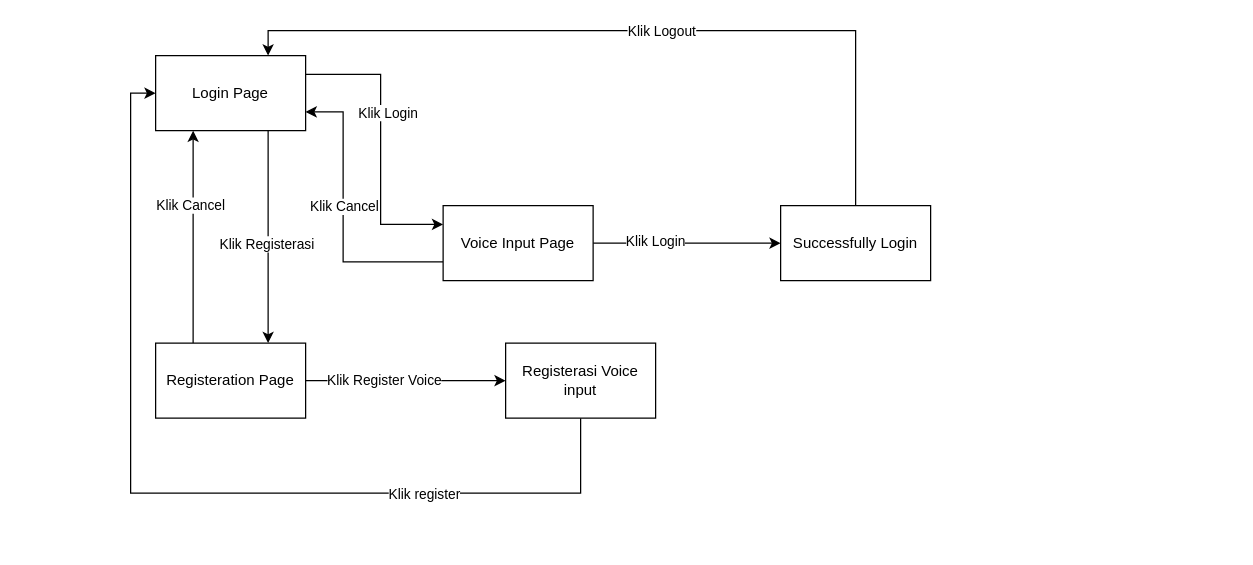
Above: STD.drawio in karageee/Login-system-and-gmm-voice-auth (draw.io), before the change. Source tidied: cells renumbered, new cells numbered last; positions are measured from the earlier drawing's top-left corner, leaving out a move shared by most shapes. Both pictures are drawn from the tidied source at 125%, with x=0, y=0 at pixel (130, 30).
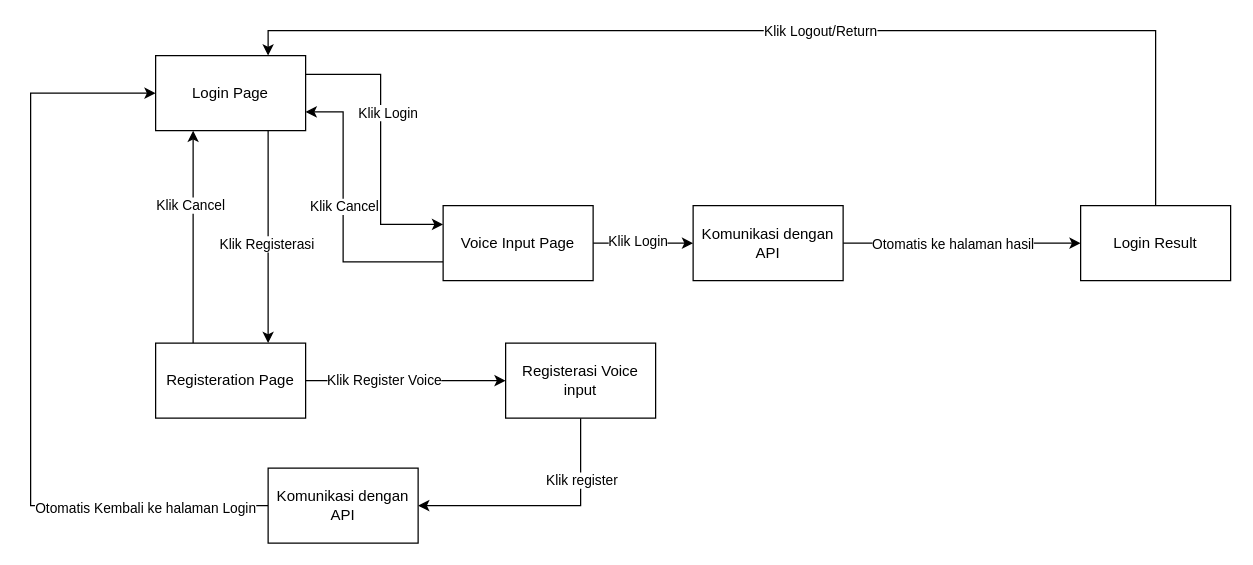
The same page after the edit.

The change refers to these unchanged cells:
```xml
<mxCell id="6" value="Login Page" style="rounded=0;whiteSpace=wrap;html=1;" parent="1" vertex="1">
  <mxGeometry x="20" y="20" width="120" height="60" as="geometry" />
</mxCell>
<mxCell id="16" value="Voice Input Page" style="rounded=0;whiteSpace=wrap;html=1;" parent="1" vertex="1">
  <mxGeometry x="250" y="140" width="120" height="60" as="geometry" />
</mxCell>
<mxCell id="22" value="Registerasi Voice input" style="rounded=0;whiteSpace=wrap;html=1;" parent="1" vertex="1">
  <mxGeometry x="300" y="250" width="120" height="60" as="geometry" />
</mxCell>
```

The edit, as a diff of the source:
```diff
@@
-    <mxCell id="12" style="edgeStyle=orthogonalEdgeStyle;rounded=0;jettySize=auto;html=1;entryX=0;entryY=0.5;entryDx=0;entryDy=0;" parent="1" edge="1" source="16" target="19">
+    <mxCell id="12" style="edgeStyle=orthogonalEdgeStyle;rounded=0;jettySize=auto;html=1;entryX=0;entryY=0.5;entryDx=0;entryDy=0;" parent="1" edge="1" source="16" target="28">
       <mxGeometry relative="1" as="geometry" />
     </mxCell>
     <mxCell id="13" value="Klik Login" style="edgeLabel;html=1;align=center;verticalAlign=middle;" parent="12" vertex="1">
-      <mxGeometry x="-0.35" y="2" relative="1" as="geometry" />
+      <mxGeometry x="-0.35" y="2" relative="1" as="geometry">
+        <mxPoint x="9" as="offset" />
+      </mxGeometry>
     </mxCell>
@@
-    <mxCell id="17" style="edgeStyle=orthogonalEdgeStyle;rounded=0;jettySize=auto;html=1;entryX=0.75;entryY=0;entryDx=0;entryDy=0;" parent="1" edge="1" source="19" target="6">
+    <mxCell id="17" style="edgeStyle=orthogonalEdgeStyle;rounded=0;jettySize=auto;html=1;entryX=0.75;entryY=0;entryDx=0;entryDy=0;exitX=0.5;exitY=0;exitDx=0;exitDy=0;" parent="1" edge="1" source="19" target="6">
       <mxGeometry relative="1" as="geometry">
         <Array as="points">
-          <mxPoint x="580" />
+          <mxPoint x="820" />
           <mxPoint x="110" />
         </Array>
       </mxGeometry>
     </mxCell>
-    <mxCell id="18" value="Klik Logout" style="edgeLabel;html=1;align=center;verticalAlign=middle;" parent="17" vertex="1">
+    <mxCell id="18" value="Klik Logout/Return" style="edgeLabel;html=1;align=center;verticalAlign=middle;" parent="17" vertex="1">
       <mxGeometry x="-0.06" relative="1" as="geometry" />
     </mxCell>
-    <mxCell id="19" value="Successfully Login" style="rounded=0;whiteSpace=wrap;html=1;" parent="1" vertex="1">
-      <mxGeometry x="520" y="140" width="120" height="60" as="geometry" />
+    <mxCell id="19" value="Login Result" style="rounded=0;whiteSpace=wrap;html=1;" parent="1" vertex="1">
+      <mxGeometry x="760" y="140" width="120" height="60" as="geometry" />
     </mxCell>
-    <mxCell id="20" style="edgeStyle=orthogonalEdgeStyle;rounded=0;jettySize=auto;html=1;entryX=0;entryY=0.5;entryDx=0;entryDy=0;" parent="1" edge="1" source="22" target="6">
+    <mxCell id="20" style="edgeStyle=orthogonalEdgeStyle;rounded=0;jettySize=auto;html=1;entryX=1;entryY=0.5;entryDx=0;entryDy=0;" parent="1" edge="1" source="22" target="25">
       <mxGeometry relative="1" as="geometry">
         <Array as="points">
-          <mxPoint x="360" y="370" />
-          <mxPoint y="370" />
-          <mxPoint y="50" />
+          <mxPoint x="360" y="380" />
         </Array>
       </mxGeometry>
     </mxCell>
@@
+    <mxCell id="23" style="edgeStyle=orthogonalEdgeStyle;rounded=0;jettySize=auto;html=1;entryX=0;entryY=0.5;entryDx=0;entryDy=0;" parent="1" edge="1" source="25" target="6">
+      <mxGeometry relative="1" as="geometry">
+        <Array as="points">
+          <mxPoint x="-80" y="380" />
+          <mxPoint x="-80" y="50" />
+        </Array>
+      </mxGeometry>
+    </mxCell>
+    <mxCell id="24" value="Otomatis Kembali ke halaman Login" style="edgeLabel;html=1;align=center;verticalAlign=middle;" parent="23" vertex="1">
+      <mxGeometry x="-0.68" y="3" relative="1" as="geometry">
+        <mxPoint y="-2" as="offset" />
+      </mxGeometry>
+    </mxCell>
+    <mxCell id="25" value="Komunikasi dengan API" style="rounded=0;whiteSpace=wrap;html=1;" parent="1" vertex="1">
+      <mxGeometry x="110" y="350" width="120" height="60" as="geometry" />
+    </mxCell>
+    <mxCell id="26" style="edgeStyle=orthogonalEdgeStyle;rounded=0;jettySize=auto;html=1;entryX=0;entryY=0.5;entryDx=0;entryDy=0;" parent="1" edge="1" source="28" target="19">
+      <mxGeometry relative="1" as="geometry" />
+    </mxCell>
+    <mxCell id="27" value="Otomatis ke halaman hasil" style="edgeLabel;html=1;align=center;verticalAlign=middle;" parent="26" vertex="1">
+      <mxGeometry x="-0.23" y="2" relative="1" as="geometry">
+        <mxPoint x="14" y="2" as="offset" />
+      </mxGeometry>
+    </mxCell>
+    <mxCell id="28" value="Komunikasi dengan API" style="rounded=0;whiteSpace=wrap;html=1;" parent="1" vertex="1">
+      <mxGeometry x="450" y="140" width="120" height="60" as="geometry" />
+    </mxCell>
```
